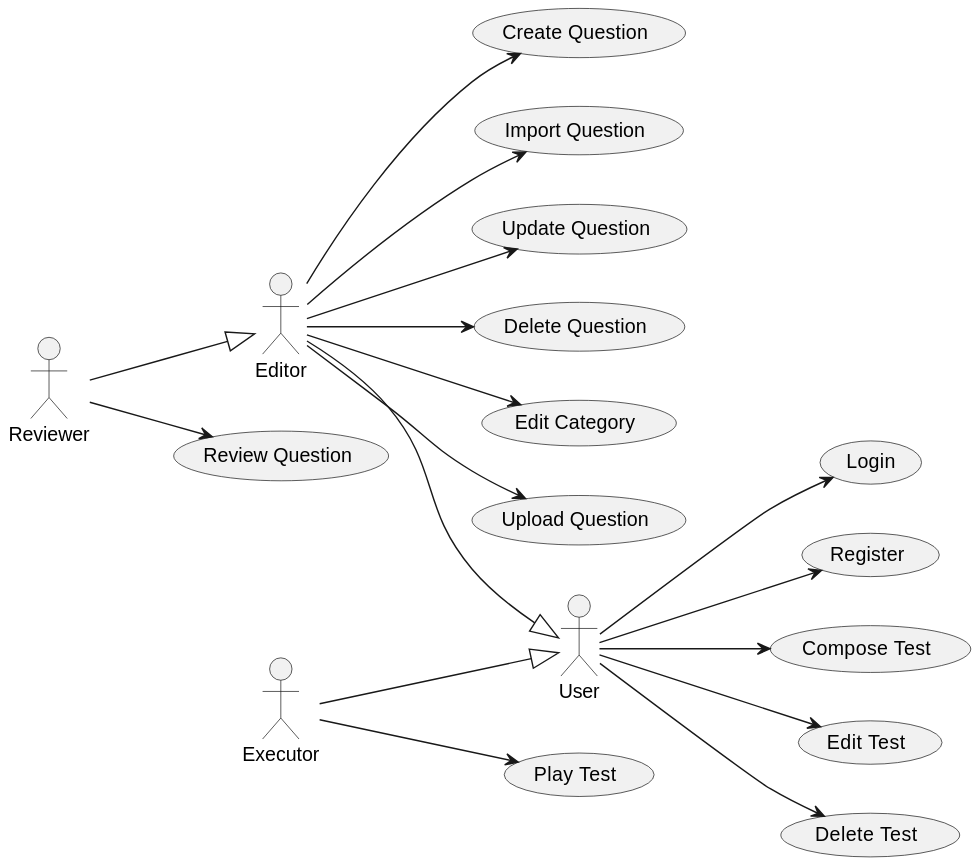
Joselon/ProyectoOpoTest keeps this PlantUML diagram as out/doc/useCases_app/useCases_app.svg. Above is the earlier version.
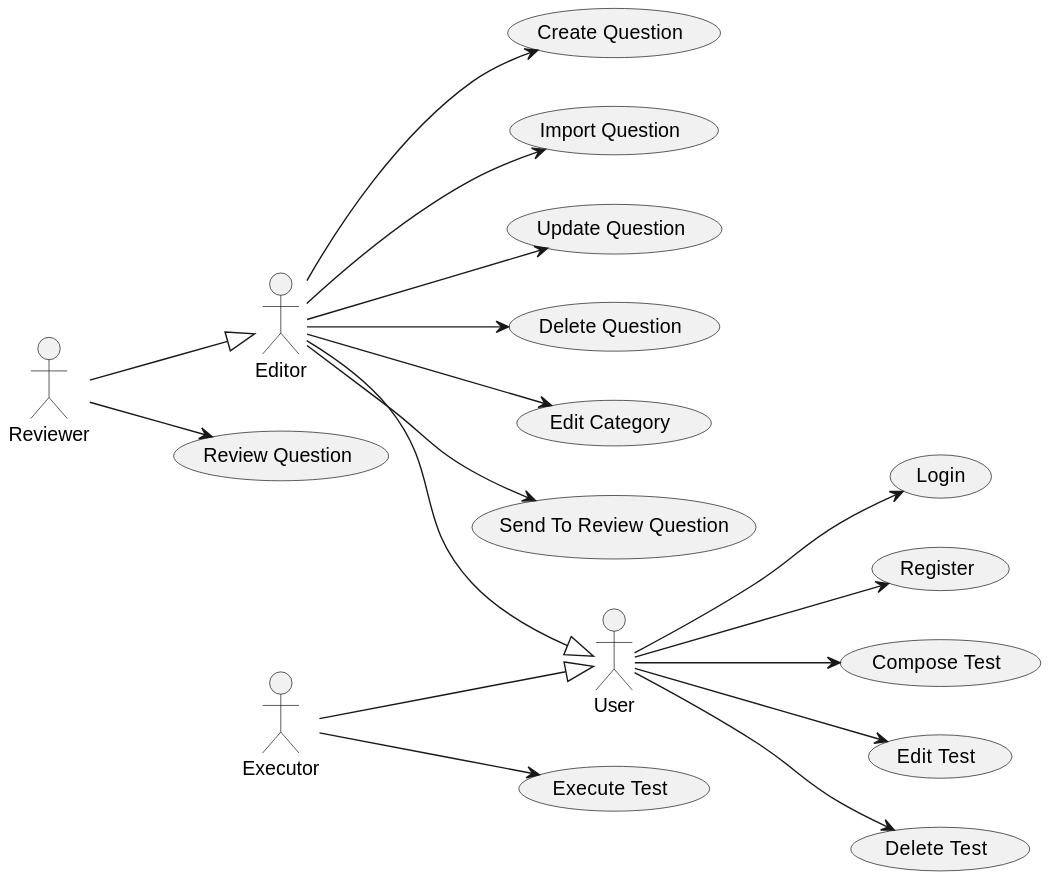
The same diagram one commit later.

Diff of the diagram source:
```diff
@@ -13,10 +13,10 @@
 usecase "Compose Test" as composeT
 usecase "Edit Test" as editT
 usecase "Delete Test" as deleteT
-usecase "Play Test" as playT
+usecase "Execute Test" as execT
 
 usecase "Edit Category" as editC
-usecase "Upload Question" as uploadQ
+usecase "Send To Review Question" as sendQ
 
 usecase "Review Question" as review
 
@@ -28,19 +28,17 @@
 Editor --> importQ
 Editor --> updateQ
 Editor --> deleteQ
-Editor --> uploadQ
+Editor --> sendQ
 
 User --> login
 User --> register
 User --> composeT
 User --> editT
 User --> deleteT
-Executor --> playT
+Executor --> execT
 
 Editor --> editC
 
 Reviewer --> review
 
-
-
 @enduml
```
